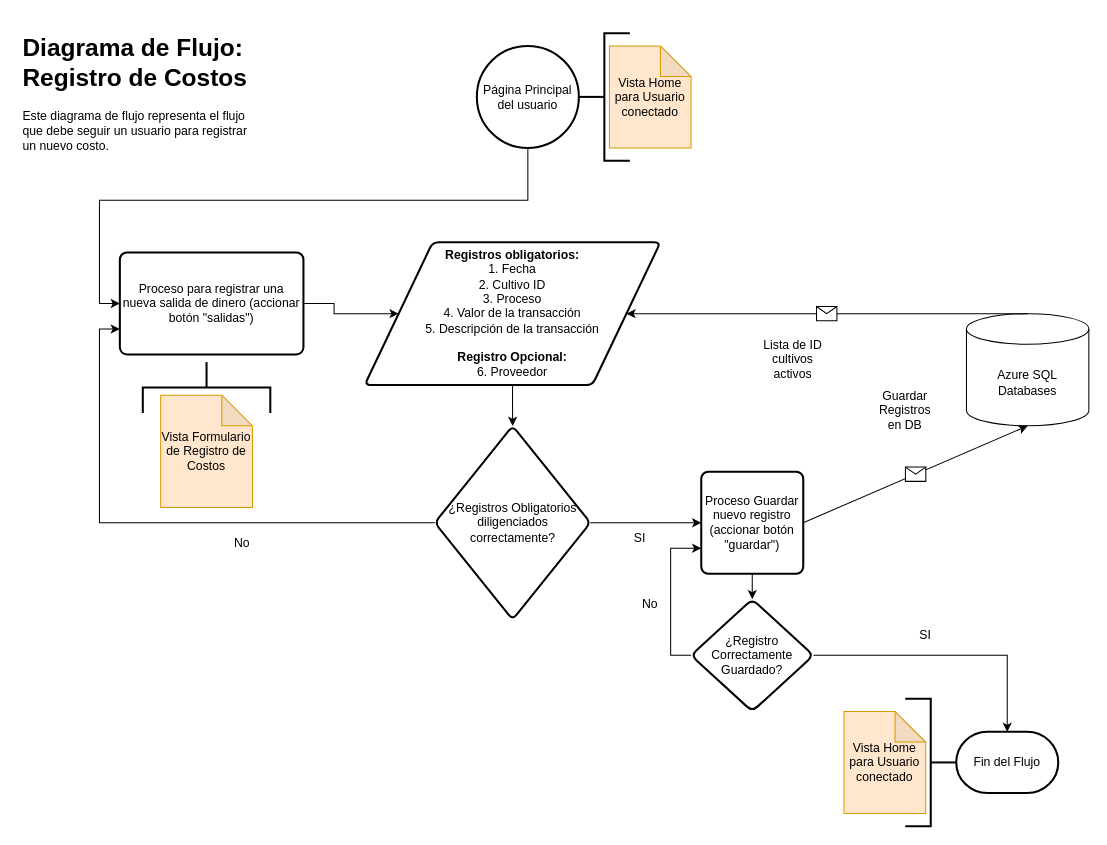
The draw.io diagram page "Cost Records" (2 of 4) of flowchart.drawio in Waldemar77/PapAppCost_FlowChart, before the edit. Source tidied: cells renumbered, new cells numbered last; positions are measured from the earlier drawing's top-left corner, leaving out a move shared by most shapes. Both pictures are drawn from the tidied source at 102%, with x=0, y=0 at pixel (17, 28).
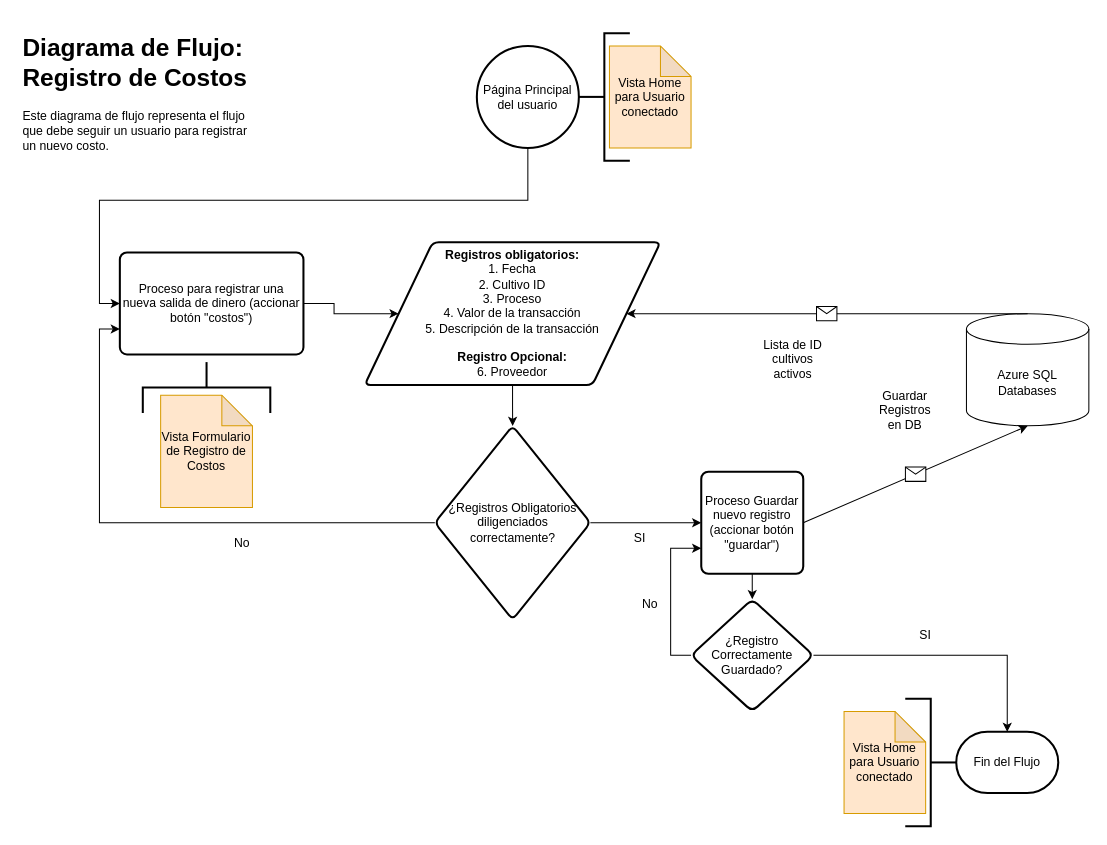
The same diagram, later.

Change to the diagram source:
```diff
@@
-    <mxCell id="8" value="Proceso para registrar una nueva salida de dinero (accionar botón &quot;salidas&quot;)" style="rounded=1;whiteSpace=wrap;html=1;absoluteArcSize=1;arcSize=14;strokeWidth=2;" parent="1" vertex="1">
+    <mxCell id="8" value="Proceso para registrar una nueva salida de dinero (accionar botón &quot;costos&quot;)" style="rounded=1;whiteSpace=wrap;html=1;absoluteArcSize=1;arcSize=14;strokeWidth=2;" parent="1" vertex="1">
       <mxGeometry x="100" y="220" width="180" height="100" as="geometry" />
     </mxCell>
```
